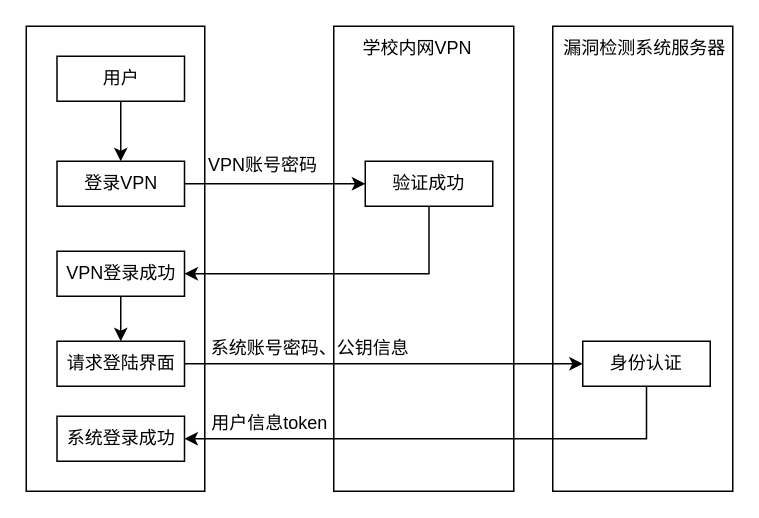
Niujieheng/GitHub_Jul keeps this draw.io diagram as 认证登录.drawio. Above is the earlier version. Source tidied: cells renumbered, new cells numbered last; positions are measured from the earlier drawing's top-left corner, leaving out a move shared by most shapes. Both pictures are drawn from the tidied source at 150%, with x=0, y=0 at pixel (26, 26).
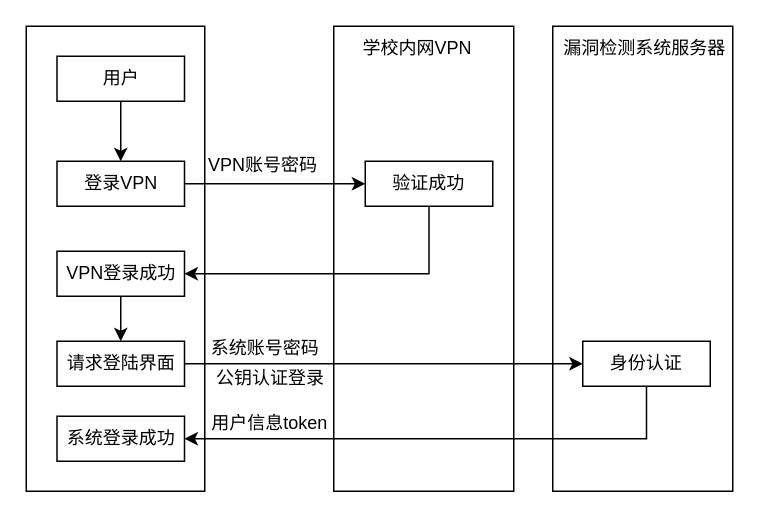
Above is the later version.

Commit message (it also covers changes not shown here):
更新认证登录.drawio

Change to the diagram source:
```diff
@@
-    <mxCell id="20" value="系统账号密码、公钥信息" style="text;html=1;strokeColor=none;fillColor=none;align=center;verticalAlign=middle;whiteSpace=wrap;rounded=0;" parent="1" vertex="1">
-      <mxGeometry x="109" y="200" width="161" height="30" as="geometry" />
+    <mxCell id="20" value="系统账号密码" style="text;html=1;strokeColor=none;fillColor=none;align=center;verticalAlign=middle;whiteSpace=wrap;rounded=0;" parent="1" vertex="1">
+      <mxGeometry x="119" y="200" width="81" height="30" as="geometry" />
     </mxCell>
@@
+    <mxCell id="23" value="公钥认证登录" style="text;html=1;strokeColor=none;fillColor=none;align=center;verticalAlign=middle;whiteSpace=wrap;rounded=0;" parent="1" vertex="1">
+      <mxGeometry x="121.5" y="220" width="82" height="30" as="geometry" />
+    </mxCell>
```
